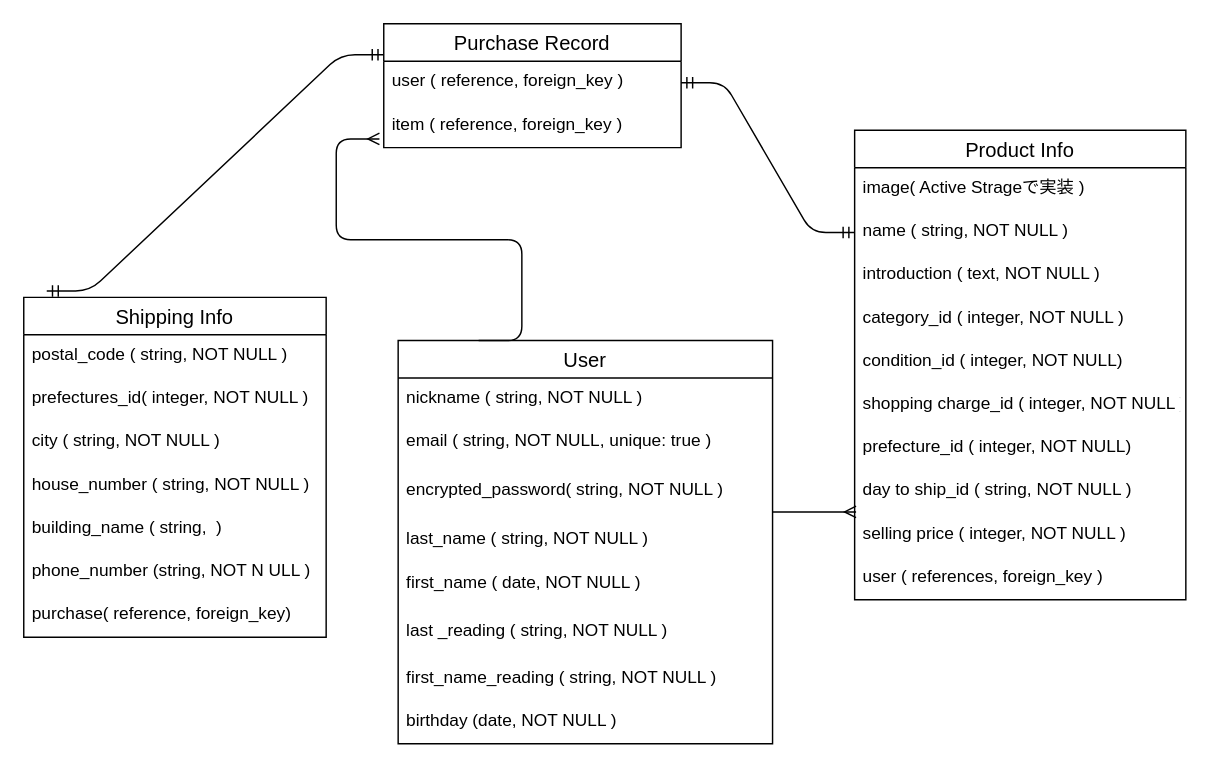
Above: app/views/furima.dio in miyazakisayaka7/furima-35258 (draw.io), before the change. Source tidied: cells renumbered, new cells numbered last; positions are measured from the earlier drawing's top-left corner, leaving out a move shared by most shapes. Both pictures are drawn from the tidied source at 144%, with x=0, y=0 at pixel (23, 23).
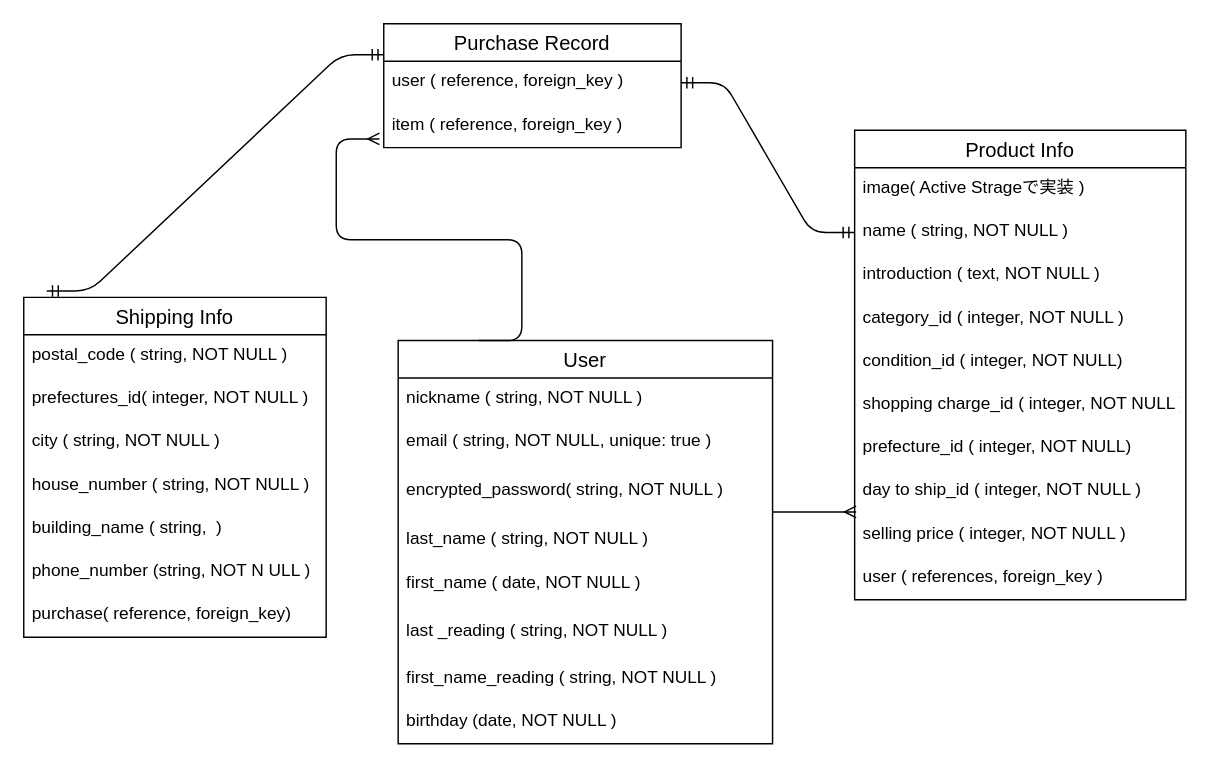
The same diagram, later.

The change refers to these unchanged cells:
```xml
<mxCell id="10" value="Product Info" style="swimlane;fontStyle=0;horizontal=1;startSize=26;align=center;fontSize=14;rounded=0;sketch=0;" parent="1" vertex="1">
  <mxGeometry x="577" y="74" width="230" height="326" as="geometry" />
</mxCell>
```

Diff of the diagram source:
```diff
@@
-    <mxCell id="18" value="day to ship_id ( string, NOT NULL )" style="text;strokeColor=none;fillColor=none;spacingLeft=4;spacingRight=4;overflow=hidden;fontSize=12;" parent="10" vertex="1">
+    <mxCell id="18" value="day to ship_id ( integer, NOT NULL )" style="text;strokeColor=none;fillColor=none;spacingLeft=4;spacingRight=4;overflow=hidden;fontSize=12;" parent="10" vertex="1">
       <mxGeometry y="236" width="230" height="30" as="geometry" />
     </mxCell>
```
